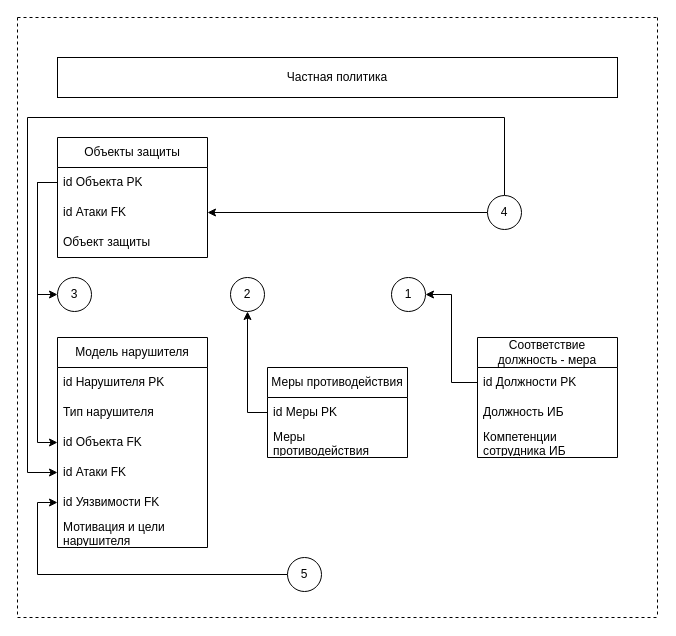
Above: Частная политика.drawio in SmirnovBogdan8/Diplom (draw.io), before the change. Source tidied: cells renumbered, new cells numbered last; positions are measured from the earlier drawing's top-left corner, leaving out a move shared by most shapes. Both pictures are drawn from the tidied source at 100%, with x=0, y=0 at pixel (17, 17).
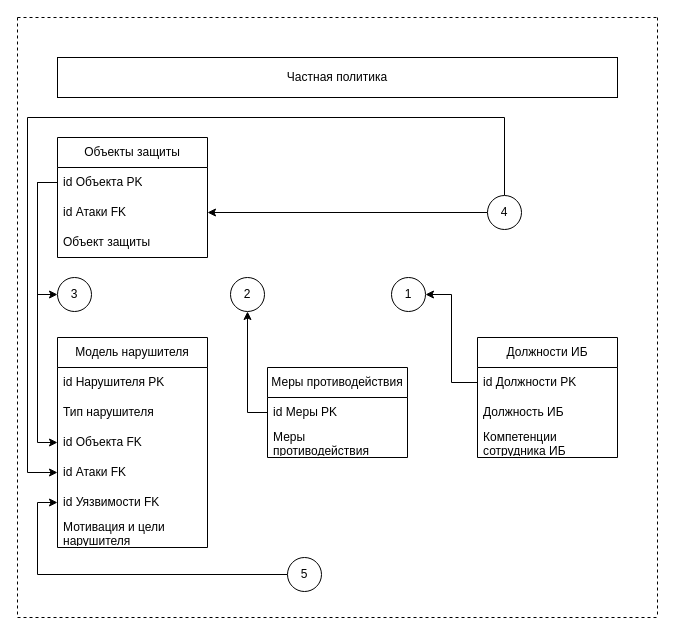
The same diagram, later.

The edit, as a diff of the source:
```diff
@@
-    <mxCell id="20" value="Соответствие должность - мера" style="swimlane;fontStyle=0;horizontal=1;startSize=30;whiteSpace=wrap;html=1;" parent="1" vertex="1">
+    <mxCell id="20" value="Должности ИБ" style="swimlane;fontStyle=0;horizontal=1;startSize=30;whiteSpace=wrap;html=1;" parent="1" vertex="1">
       <mxGeometry x="460" y="320" width="140" height="120" as="geometry" />
     </mxCell>
```
